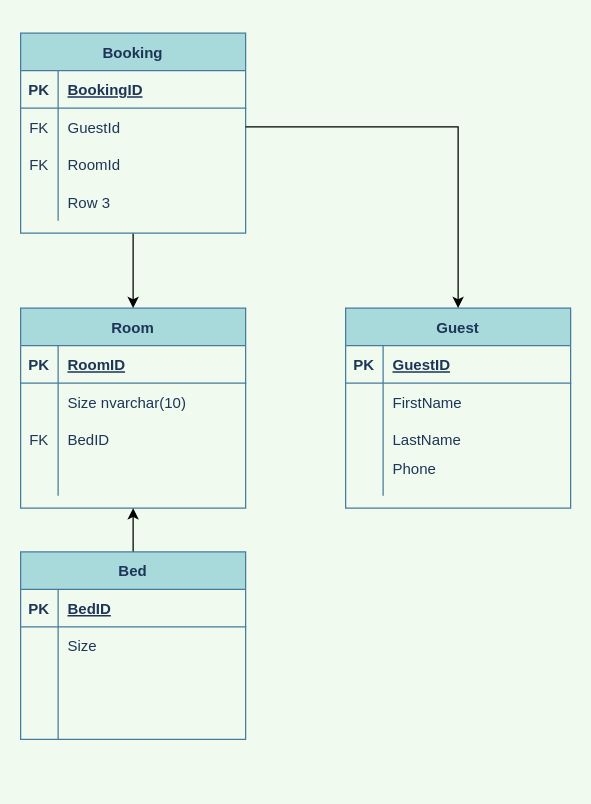
The draw.io diagram Extra files/HotellModellering.drawio in Malinwtz/HotelBooking, before the edit. Source tidied: cells renumbered, new cells numbered last; positions are measured from the earlier drawing's top-left corner, leaving out a move shared by most shapes. Both pictures are drawn from the tidied source at 125%, with x=0, y=0 at pixel (20, 32).
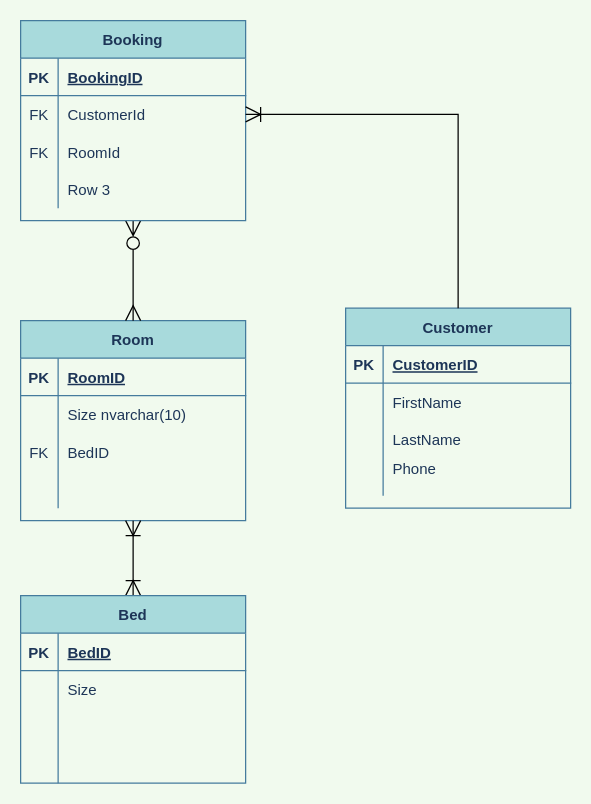
The same page after the edit.

Commit message:
er diagram cardinality

The change refers to these unchanged cells:
```xml
<mxCell id="16" style="shape=tableRow;horizontal=0;startSize=0;swimlaneHead=0;swimlaneBody=0;fillColor=none;top=0;left=0;right=0;bottom=1;fontColor=#1D3557;strokeColor=#457B9D;" parent="15" vertex="1">
  <mxGeometry y="30" width="180" height="30" as="geometry" />
</mxCell>
<mxCell id="33" style="shape=tableRow;horizontal=0;startSize=0;swimlaneHead=0;swimlaneBody=0;fillColor=none;points=[[0,0.5],[1,0.5]];portConstraint=eastwest;top=0;left=0;right=0;bottom=0;fontColor=#1D3557;strokeColor=#457B9D;" parent="29" vertex="1">
  <mxGeometry y="60" width="180" height="30" as="geometry" />
</mxCell>
```

What changed in the source:
```diff
@@
     <mxCell id="2" value="Room" style="shape=table;startSize=30;childLayout=tableLayout;rowLines=0;fontStyle=1;align=center;fontColor=#1D3557;strokeColor=#457B9D;fillColor=#A8DADC;" parent="1" vertex="1">
-      <mxGeometry y="220" width="180" height="160" as="geometry" />
+      <mxGeometry y="230" width="180" height="160" as="geometry" />
     </mxCell>
@@
-    <mxCell id="15" value="Guest" style="shape=table;startSize=30;childLayout=tableLayout;rowLines=0;fontStyle=1;align=center;fontColor=#1D3557;strokeColor=#457B9D;fillColor=#A8DADC;" parent="1" vertex="1">
+    <mxCell id="15" value="Customer" style="shape=table;startSize=30;childLayout=tableLayout;rowLines=0;fontStyle=1;align=center;fontColor=#1D3557;strokeColor=#457B9D;fillColor=#A8DADC;" parent="1" vertex="1">
       <mxGeometry x="260" y="220" width="180" height="160" as="geometry" />
     </mxCell>
@@
-    <mxCell id="18" value="GuestID" style="shape=partialRectangle;fillColor=none;top=0;left=0;bottom=0;right=0;align=left;spacingLeft=6;fontStyle=5;overflow=hidden;fontColor=#1D3557;strokeColor=#457B9D;" parent="16" vertex="1">
+    <mxCell id="18" value="CustomerID" style="shape=partialRectangle;fillColor=none;top=0;left=0;bottom=0;right=0;align=left;spacingLeft=6;fontStyle=5;overflow=hidden;fontColor=#1D3557;strokeColor=#457B9D;" parent="16" vertex="1">
       <mxGeometry x="30" width="150" height="30" as="geometry" />
     </mxCell>
@@
-    <mxCell id="28" style="edgeStyle=orthogonalEdgeStyle;rounded=0;jettySize=auto;html=1;entryX=0.5;entryY=0;entryDx=0;entryDy=0;" parent="1" edge="1" source="29" target="2">
+    <mxCell id="28" style="edgeStyle=orthogonalEdgeStyle;rounded=0;jettySize=auto;html=1;entryX=0.5;entryY=0;entryDx=0;entryDy=0;startArrow=ERzeroToMany;startFill=0;startSize=10;endSize=10;endArrow=ERmany;endFill=0;" parent="1" edge="1" source="29" target="2">
       <mxGeometry relative="1" as="geometry" />
     </mxCell>
     <mxCell id="29" value="Booking" style="shape=table;startSize=30;childLayout=tableLayout;rowLines=0;fontStyle=1;align=center;fontColor=#1D3557;strokeColor=#457B9D;fillColor=#A8DADC;" parent="1" vertex="1">
-      <mxGeometry width="180" height="160" as="geometry" />
+      <mxGeometry y="-10" width="180" height="160" as="geometry" />
     </mxCell>
@@
-    <mxCell id="35" value="GuestId" style="shape=partialRectangle;fillColor=none;top=0;left=0;bottom=0;right=0;align=left;spacingLeft=6;overflow=hidden;fontColor=#1D3557;strokeColor=#457B9D;" parent="33" vertex="1">
+    <mxCell id="35" value="CustomerId" style="shape=partialRectangle;fillColor=none;top=0;left=0;bottom=0;right=0;align=left;spacingLeft=6;overflow=hidden;fontColor=#1D3557;strokeColor=#457B9D;" parent="33" vertex="1">
       <mxGeometry x="30" width="150" height="30" as="geometry" />
     </mxCell>
@@
-    <mxCell id="42" style="edgeStyle=orthogonalEdgeStyle;rounded=0;jettySize=auto;html=1;entryX=0.5;entryY=1;entryDx=0;entryDy=0;" parent="1" edge="1" source="43" target="2">
+    <mxCell id="42" style="edgeStyle=orthogonalEdgeStyle;rounded=0;jettySize=auto;html=1;entryX=0.5;entryY=1;entryDx=0;entryDy=0;endArrow=ERoneToMany;endFill=0;endSize=10;startSize=10;startArrow=ERoneToMany;startFill=0;" parent="1" edge="1" source="43" target="2">
       <mxGeometry relative="1" as="geometry" />
     </mxCell>
     <mxCell id="43" value="Bed" style="shape=table;startSize=30;childLayout=tableLayout;rowLines=0;fontStyle=1;align=center;fontColor=#1D3557;strokeColor=#457B9D;fillColor=#A8DADC;" parent="1" vertex="1">
-      <mxGeometry y="415" width="180" height="150" as="geometry" />
+      <mxGeometry y="450" width="180" height="150" as="geometry" />
     </mxCell>
@@
-    <mxCell id="56" style="edgeStyle=orthogonalEdgeStyle;rounded=0;jettySize=auto;html=1;entryX=0.5;entryY=0;entryDx=0;entryDy=0;" parent="1" edge="1" source="33" target="15">
+    <mxCell id="56" style="edgeStyle=orthogonalEdgeStyle;rounded=0;jettySize=auto;html=1;entryX=0.5;entryY=0;entryDx=0;entryDy=0;endArrow=none;endFill=0;startArrow=ERoneToMany;startFill=0;strokeWidth=1;endSize=10;startSize=10;" parent="1" edge="1" source="33" target="15">
       <mxGeometry relative="1" as="geometry" />
     </mxCell>
```
